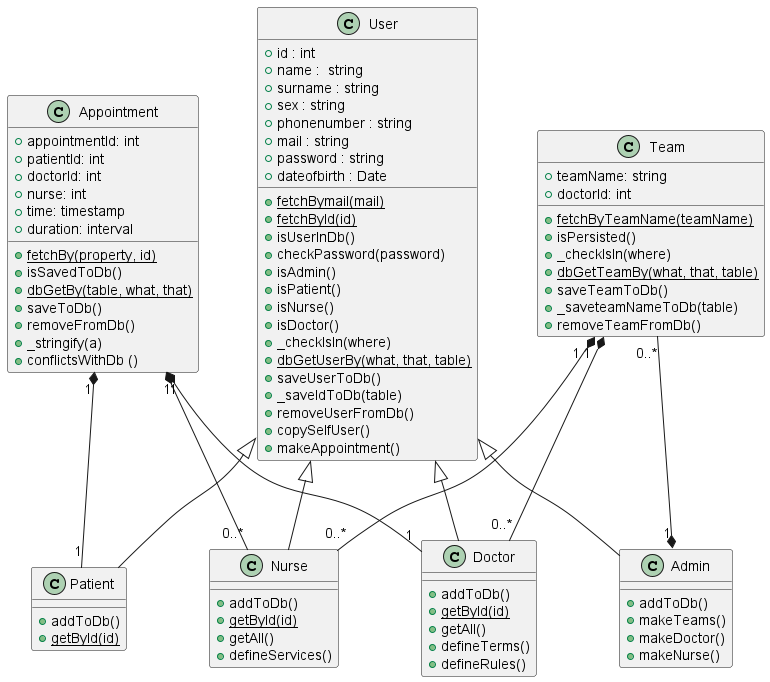
Before: dokumentacija/dokumentacija/slike/backend_class_diagram.png, a diagram exported from PlantUML (BranimirTomeljak/SustavNarucivanja). Source of this version:
```plantuml
@startuml appointment

class Appointment {
    +appointmentId: int
    +patientId: int
    +doctorId: int
    +nurse: int
    +time: timestamp
    +duration: interval

    +{static} fetchBy(property, id)
    +isSavedToDb()
    +{static} dbGetBy(table, what, that)
    +saveToDb()
    +removeFromDb()
    +_stringify(a)
    +conflictsWithDb ()
}

class Team {
    +teamName: string
    +doctorId: int

    +{static} fetchByTeamName(teamName)
    +isPersisted()
    +_checkIsIn(where)
    +{static} dbGetTeamBy(what, that, table)
    +saveTeamToDb()
    +_saveteamNameToDb(table)
    +removeTeamFromDb()
}


class User {
    +id : int
    +name :  string
    +surname : string
    +sex : string
    +phonenumber : string
    +mail : string
    +password : string
    +dateofbirth : Date

    +{static} fetchBymail(mail)
    +{static}  fetchById(id)
    +isUserInDb()
    +checkPassword(password)
    +isAdmin()
    +isPatient()
    +isNurse()
    +isDoctor()
    +_checkIsIn(where)
    +{static}  dbGetUserBy(what, that, table)
    +saveUserToDb()
    +_saveIdToDb(table)
    +removeUserFromDb()
    +copySelfUser()
    +makeAppointment()
}


class Patient {
    +addToDb()
    +{static} getById(id)
}

class Nurse {
    +addToDb()
    +{static} getById(id)
    +getAll()
    +defineServices()
}

class Doctor {
    +addToDb()
    +{static} getById(id)
    +getAll()
    +defineTerms()
    +defineRules()
}

class Admin {
    +addToDb()
    +makeTeams()
    +makeDoctor()
    +makeNurse()
}

User <|-- Doctor
User <|-- Patient
User <|-- Nurse
User <|-- Admin

Appointment "1" *-- "1" Patient
Appointment "1" *-- "0..*" Nurse
Appointment "1" *-- "1" Doctor

Team "1" *-- "0..*" Doctor
Team "1" *-- "0..*" Nurse
Team "0..*" --* "1" Admin


@enduml
```
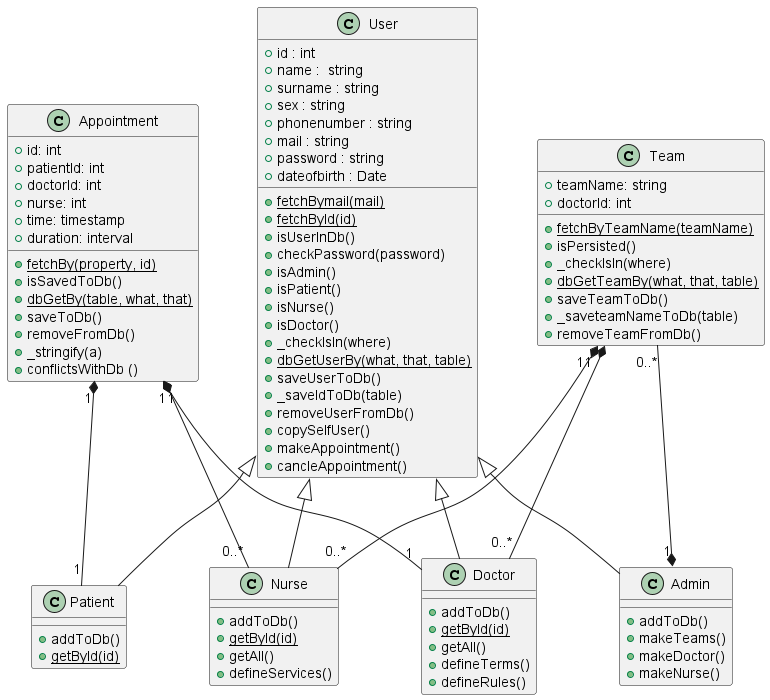
After the commit.

What changed in the source:
```diff
@@ -1,7 +1,7 @@
-@startuml appointment
+@startuml backend_diagram
 
 class Appointment {
-    +appointmentId: int
+    +id: int
     +patientId: int
     +doctorId: int
     +nurse: int
@@ -56,6 +56,7 @@
     +removeUserFromDb()
     +copySelfUser()
     +makeAppointment()
+    +cancleAppointment()
 }
 
 
```
